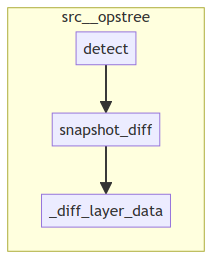
Earlier version of the Mermaid export project/calls.png (semcod/op3). Its source is kept beside it as project/calls.mmd.
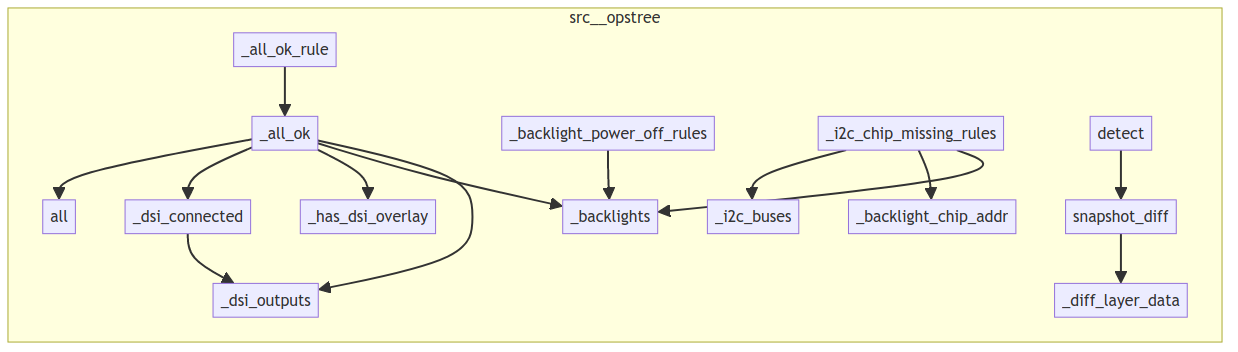
The same diagram one commit later.

Change to the diagram source:
```diff
@@ -1,8 +1,30 @@
 flowchart LR
     subgraph src__opstree
+        src__opstree__probes__builtin__rpi_diagnostics___all_ok_rule["_all_ok_rule"]
+        src__opstree__probes__builtin__rpi_diagnostics___backlight_power_off_rules["_backlight_power_off_rules"]
+        src__opstree__probes__builtin__rpi_diagnostics___dsi_connected["_dsi_connected"]
+        src__opstree__probes__builtin__rpi_diagnostics___backlights["_backlights"]
+        src__opstree__snapshot__diff__snapshot_diff["snapshot_diff"]
+        src__opstree__probes__builtin__rpi_diagnostics___all_ok["_all_ok"]
+        src__opstree__probes__builtin__rpi_diagnostics___i2c_chip_missing_rules["_i2c_chip_missing_rules"]
+        src__opstree__snapshot__diff___diff_layer_data["_diff_layer_data"]
+        src__opstree__probes__builtin__rpi_diagnostics___backlight_chip_addr["_backlight_chip_addr"]
         src__opstree__drift__detector__DriftDetector__detect["detect"]
-        src__opstree__snapshot__diff___diff_layer_data["_diff_layer_data"]
-        src__opstree__snapshot__diff__snapshot_diff["snapshot_diff"]
+        src__opstree__probes__registry__ProbeRegistry__all["all"]
+        src__opstree__probes__builtin__rpi_diagnostics___dsi_outputs["_dsi_outputs"]
+        src__opstree__probes__builtin__rpi_diagnostics___i2c_buses["_i2c_buses"]
+        src__opstree__probes__builtin__rpi_diagnostics___has_dsi_overlay["_has_dsi_overlay"]
     end
+    src__opstree__probes__builtin__rpi_diagnostics___dsi_connected --> src__opstree__probes__builtin__rpi_diagnostics___dsi_outputs
+    src__opstree__probes__builtin__rpi_diagnostics___all_ok --> src__opstree__probes__builtin__rpi_diagnostics___dsi_outputs
+    src__opstree__probes__builtin__rpi_diagnostics___all_ok --> src__opstree__probes__builtin__rpi_diagnostics___backlights
+    src__opstree__probes__builtin__rpi_diagnostics___all_ok --> src__opstree__probes__builtin__rpi_diagnostics___has_dsi_overlay
+    src__opstree__probes__builtin__rpi_diagnostics___all_ok --> src__opstree__probes__builtin__rpi_diagnostics___dsi_connected
+    src__opstree__probes__builtin__rpi_diagnostics___all_ok --> src__opstree__probes__registry__ProbeRegistry__all
+    src__opstree__probes__builtin__rpi_diagnostics___backlight_power_off_rules --> src__opstree__probes__builtin__rpi_diagnostics___backlights
+    src__opstree__probes__builtin__rpi_diagnostics___i2c_chip_missing_rules --> src__opstree__probes__builtin__rpi_diagnostics___backlights
+    src__opstree__probes__builtin__rpi_diagnostics___i2c_chip_missing_rules --> src__opstree__probes__builtin__rpi_diagnostics___backlight_chip_addr
+    src__opstree__probes__builtin__rpi_diagnostics___i2c_chip_missing_rules --> src__opstree__probes__builtin__rpi_diagnostics___i2c_buses
+    src__opstree__probes__builtin__rpi_diagnostics___all_ok_rule --> src__opstree__probes__builtin__rpi_diagnostics___all_ok
+    src__opstree__snapshot__diff__snapshot_diff --> src__opstree__snapshot__diff___diff_layer_data
     src__opstree__drift__detector__DriftDetector__detect --> src__opstree__snapshot__diff__snapshot_diff
-    src__opstree__snapshot__diff__snapshot_diff --> src__opstree__snapshot__diff___diff_layer_data
```
